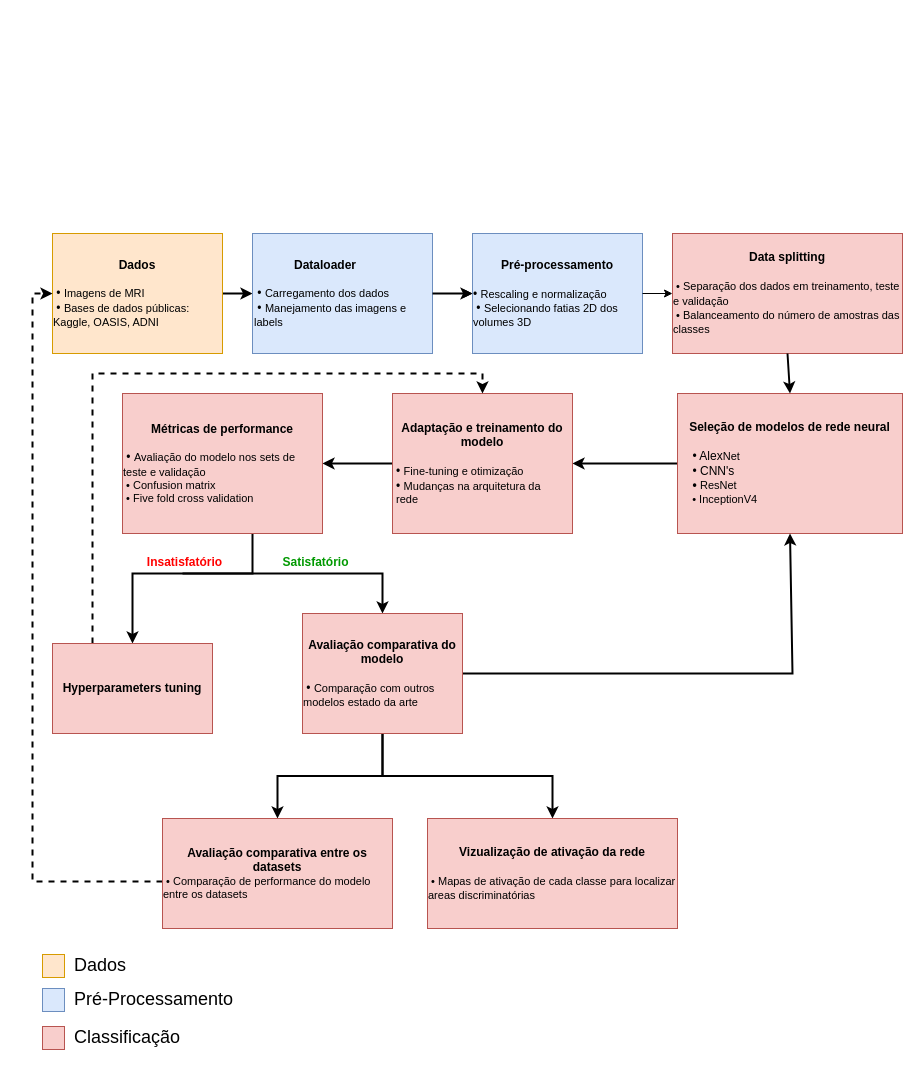
The draw.io diagram projetos/AlzClass/assets/workflow.drawio in Disciplinas-FEEC/IA901-2023S1, before the edit. Source tidied: cells renumbered, new cells numbered last; positions are measured from the earlier drawing's top-left corner, leaving out a move shared by most shapes. Both pictures are drawn from the tidied source at 100%, with x=0, y=0 at pixel (32, 233).
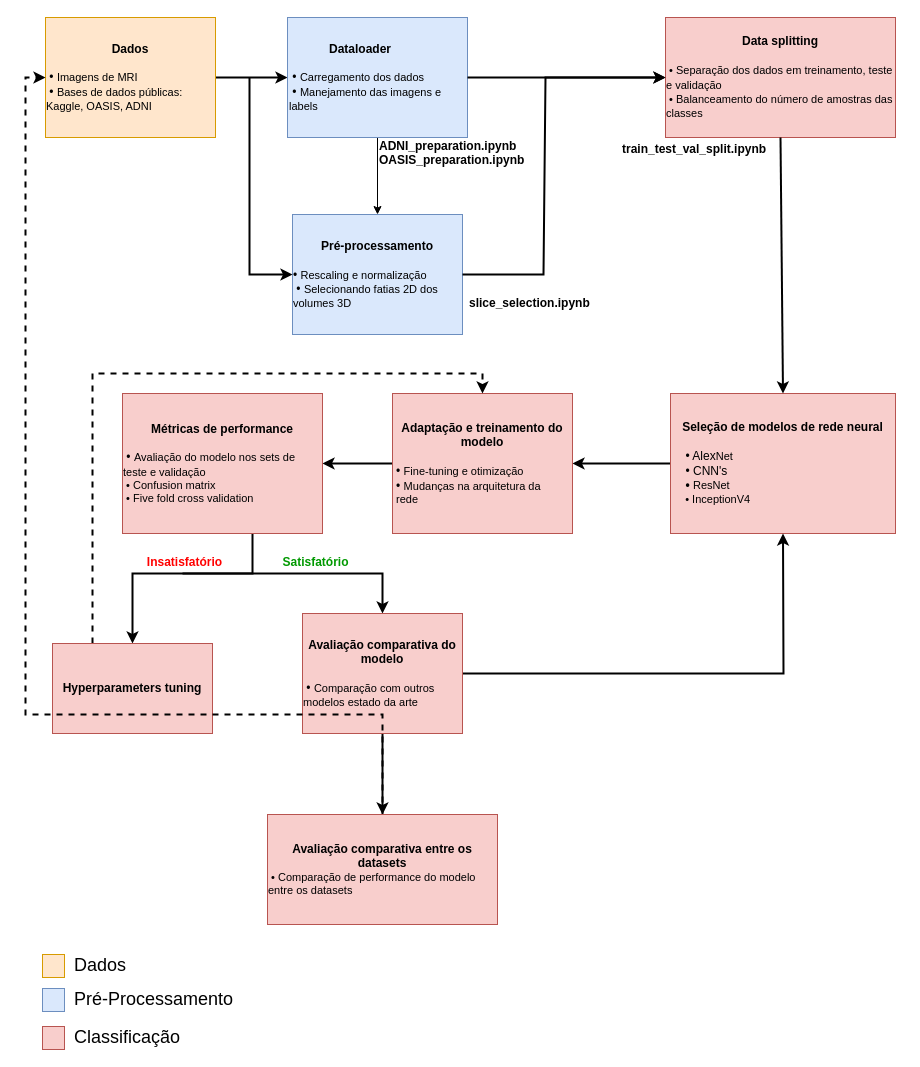
The same page after the edit.

Commit message:
Atualização do workflow

The change refers to these unchanged cells:
```xml
<mxCell id="22" value="&lt;b&gt;Avaliação comparativa do modelo&lt;br&gt;&amp;nbsp;&lt;/b&gt;&lt;br&gt;&lt;div style=&quot;text-align: left;&quot;&gt;&lt;span style=&quot;background-color: initial;&quot;&gt;&amp;nbsp;•&amp;nbsp;&lt;/span&gt;&lt;span style=&quot;background-color: initial; font-size: 11px; text-align: left;&quot;&gt;Comparação com outros modelos estado da arte&lt;/span&gt;&lt;/div&gt;" style="rounded=0;whiteSpace=wrap;html=1;fontFamily=Helvetica;fillColor=#f8cecc;strokeColor=#b85450;" parent="1" vertex="1">
  <mxGeometry x="270" y="380" width="160" height="120" as="geometry" />
</mxCell>
```

What changed in the source:
```diff
@@
     <mxCell id="3" value="&lt;b&gt;Dados&lt;br&gt;&lt;/b&gt;&lt;br&gt;&lt;div style=&quot;text-align: left;&quot;&gt;&lt;span style=&quot;background-color: initial;&quot;&gt;&amp;nbsp;•&amp;nbsp;&lt;/span&gt;&lt;span style=&quot;background-color: initial; font-size: 11px;&quot;&gt;Imagens de MRI&amp;nbsp;&lt;/span&gt;&lt;/div&gt;&lt;div style=&quot;text-align: left;&quot;&gt;&lt;span style=&quot;background-color: initial;&quot;&gt;&amp;nbsp;•&amp;nbsp;&lt;/span&gt;&lt;span style=&quot;background-color: initial; font-size: 11px;&quot;&gt;Bases de dados públicas: Kaggle, OASIS, ADNI&lt;/span&gt;&lt;/div&gt;" style="rounded=0;whiteSpace=wrap;html=1;fontFamily=Helvetica;fillColor=#ffe6cc;strokeColor=#d79b00;" parent="1" vertex="1">
-      <mxGeometry x="20" width="170" height="120" as="geometry" />
+      <mxGeometry x="13" y="-216" width="170" height="120" as="geometry" />
     </mxCell>
@@
     <mxCell id="5" value="&lt;blockquote style=&quot;margin: 0 0 0 40px; border: none; padding: 0px;&quot;&gt;&lt;b style=&quot;&quot;&gt;&lt;font style=&quot;font-size: 12px;&quot;&gt;Dataloader&lt;/font&gt;&lt;/b&gt;&lt;/blockquote&gt;&lt;blockquote style=&quot;margin: 0 0 0 40px; border: none; padding: 0px;&quot;&gt;&lt;b style=&quot;&quot;&gt;&lt;font style=&quot;font-size: 12px;&quot;&gt;&lt;br&gt;&lt;/font&gt;&lt;/b&gt;&lt;/blockquote&gt;&lt;span style=&quot;text-align: center;&quot;&gt;&amp;nbsp;•&lt;b&gt;&amp;nbsp;&lt;/b&gt;&lt;/span&gt;&lt;span style=&quot;background-color: initial; font-size: 11px;&quot;&gt;Carregamento dos dados&lt;/span&gt;&lt;span style=&quot;text-align: center;&quot;&gt;&lt;br&gt;&lt;/span&gt;&amp;nbsp;•&amp;nbsp;&lt;span style=&quot;background-color: initial; font-size: 11px;&quot;&gt;Manejamento das imagens e&amp;nbsp; labels&lt;/span&gt;" style="rounded=0;whiteSpace=wrap;html=1;align=left;fontFamily=Helvetica;fillColor=#dae8fc;strokeColor=#6c8ebf;" parent="1" vertex="1">
-      <mxGeometry x="220" width="180" height="120" as="geometry" />
+      <mxGeometry x="255" y="-216" width="180" height="120" as="geometry" />
     </mxCell>
     <mxCell id="6" value="&lt;b&gt;Data splitting&lt;br&gt;&lt;/b&gt;&lt;br&gt;&lt;div style=&quot;text-align: left;&quot;&gt;&lt;span style=&quot;font-size: 11px; background-color: initial;&quot;&gt;&amp;nbsp;•&amp;nbsp;Separação dos dados em treinamento, teste e validação&lt;/span&gt;&lt;/div&gt;&lt;div style=&quot;text-align: left;&quot;&gt;&lt;span style=&quot;background-color: initial; font-size: 11px;&quot;&gt;&amp;nbsp;• &lt;/span&gt;&lt;span style=&quot;background-color: initial;&quot;&gt;&lt;font style=&quot;font-size: 11px;&quot;&gt;Balanceamento do número de amostras das classes&lt;/font&gt;&lt;/span&gt;&lt;/div&gt;" style="rounded=0;whiteSpace=wrap;html=1;fontFamily=Helvetica;fillColor=#f8cecc;strokeColor=#b85450;" parent="1" vertex="1">
-      <mxGeometry x="640" width="230" height="120" as="geometry" />
+      <mxGeometry x="633" y="-216" width="230" height="120" as="geometry" />
     </mxCell>
     <mxCell id="7" value="&lt;div style=&quot;&quot;&gt;&lt;span style=&quot;background-color: initial;&quot;&gt;&lt;b&gt;Pré-processamento&lt;/b&gt;&lt;/span&gt;&lt;/div&gt;&lt;div style=&quot;&quot;&gt;&lt;span style=&quot;background-color: initial;&quot;&gt;&lt;b&gt;&lt;br&gt;&lt;/b&gt;&lt;/span&gt;&lt;/div&gt;&lt;div style=&quot;text-align: left;&quot;&gt;&lt;span style=&quot;background-color: initial;&quot;&gt;•&amp;nbsp;&lt;/span&gt;&lt;span style=&quot;background-color: initial; font-size: 11px;&quot;&gt;Rescaling e&amp;nbsp;normalização&lt;/span&gt;&lt;/div&gt;&lt;span style=&quot;font-size: 11px; background-color: initial;&quot;&gt;&lt;div style=&quot;text-align: left;&quot;&gt;&lt;span style=&quot;background-color: initial; font-size: 12px;&quot;&gt;&amp;nbsp;•&amp;nbsp;&lt;/span&gt;&lt;span style=&quot;background-color: initial;&quot;&gt;Selecionando fatias 2D dos volumes 3D&lt;/span&gt;&lt;/div&gt;&lt;/span&gt;" style="rounded=0;whiteSpace=wrap;html=1;fontFamily=Helvetica;fillColor=#dae8fc;strokeColor=#6c8ebf;" parent="1" vertex="1">
-      <mxGeometry x="440" width="170" height="120" as="geometry" />
+      <mxGeometry x="260" y="-19" width="170" height="120" as="geometry" />
     </mxCell>
@@
     <mxCell id="9" value="&lt;font style=&quot;font-size: 11px;&quot;&gt;&lt;span style=&quot;font-size: 12px;&quot;&gt;&lt;b&gt;Seleção de modelos de rede neural&lt;/b&gt;&lt;br&gt;&lt;br&gt;&lt;div style=&quot;font-weight: bold; text-align: left;&quot;&gt;&amp;nbsp;&lt;span style=&quot;font-weight: 400; text-align: center;&quot;&gt;• Alex&lt;/span&gt;&lt;span style=&quot;font-size: 11px; background-color: initial; font-weight: normal;&quot;&gt;Net&lt;/span&gt;&lt;/div&gt;&lt;div style=&quot;text-align: left;&quot;&gt;&lt;b&gt;&amp;nbsp;&lt;/b&gt;• CNN's&lt;span style=&quot;font-weight: normal; font-size: 11px; background-color: initial;&quot;&gt;&lt;br&gt;&lt;/span&gt;&lt;/div&gt;&lt;div style=&quot;font-weight: bold; text-align: left;&quot;&gt;&amp;nbsp;•&amp;nbsp;&lt;span style=&quot;background-color: initial; font-size: 11px; font-weight: normal;&quot;&gt;ResNet&lt;/span&gt;&lt;span style=&quot;font-size: 11px; background-color: initial; font-weight: normal;&quot;&gt;&lt;br&gt;&lt;/span&gt;&lt;/div&gt;&lt;div style=&quot;font-weight: bold; text-align: left;&quot;&gt;&lt;font style=&quot;font-size: 11px; background-color: initial; font-weight: normal;&quot;&gt;&amp;nbsp;&lt;/font&gt;&lt;font style=&quot;font-size: 11px; background-color: initial; font-weight: normal;&quot;&gt;•&amp;nbsp;InceptionV4&lt;/font&gt;&lt;/div&gt;&lt;/span&gt;&lt;/font&gt;" style="rounded=0;whiteSpace=wrap;html=1;fontFamily=Helvetica;fillColor=#f8cecc;strokeColor=#b85450;" parent="1" vertex="1">
-      <mxGeometry x="645" y="160" width="225" height="140" as="geometry" />
+      <mxGeometry x="638" y="160" width="225" height="140" as="geometry" />
     </mxCell>
-    <mxCell id="10" style="endArrow=classic;html=1;rounded=0;exitX=1;exitY=0.5;exitDx=0;exitDy=0;fontFamily=Helvetica;" parent="1" edge="1" source="7" target="6">
-      <mxGeometry relative="1" as="geometry" />
-    </mxCell>
-    <mxCell id="11" style="endArrow=classic;html=1;rounded=0;exitX=1;exitY=0.5;exitDx=0;exitDy=0;fontFamily=Helvetica;entryX=0;entryY=0.5;entryDx=0;entryDy=0;strokeWidth=2;" parent="1" edge="1" source="5" target="7">
-      <mxGeometry relative="1" as="geometry" />
+    <mxCell id="11" style="endArrow=classic;html=1;rounded=0;fontFamily=Helvetica;entryX=0;entryY=0.5;entryDx=0;entryDy=0;strokeWidth=2;" parent="1" edge="1" target="7">
+      <mxGeometry relative="1" as="geometry">
+        <mxPoint x="217" y="-156" as="sourcePoint" />
+        <Array as="points">
+          <mxPoint x="217" y="-7" />
+          <mxPoint x="217" y="41" />
+        </Array>
+      </mxGeometry>
     </mxCell>
@@
     <mxCell id="19" style="endArrow=classic;html=1;rounded=0;exitX=1;exitY=0.5;exitDx=0;exitDy=0;entryX=0.5;entryY=1;entryDx=0;entryDy=0;fontFamily=Helvetica;strokeWidth=2;" parent="1" edge="1" source="22" target="9">
       <mxGeometry relative="1" as="geometry">
         <Array as="points">
-          <mxPoint x="760" y="440" />
+          <mxPoint x="751" y="440" />
         </Array>
       </mxGeometry>
     </mxCell>
@@
-    <mxCell id="21" style="edgeStyle=orthogonalEdgeStyle;rounded=0;jettySize=auto;html=1;exitX=0.5;exitY=1;exitDx=0;exitDy=0;entryX=0.5;entryY=0;entryDx=0;entryDy=0;strokeWidth=2;" parent="1" edge="1" source="22" target="27">
-      <mxGeometry relative="1" as="geometry" />
-    </mxCell>
@@
     <mxCell id="25" style="edgeStyle=orthogonalEdgeStyle;rounded=0;jettySize=auto;html=1;entryX=0;entryY=0.5;entryDx=0;entryDy=0;strokeWidth=2;dashed=1;" parent="1" edge="1" source="26" target="3">
       <mxGeometry relative="1" as="geometry">
         <Array as="points">
-          <mxPoint y="648" />
-          <mxPoint y="60" />
+          <mxPoint x="350" y="481" />
+          <mxPoint x="-7" y="481" />
+          <mxPoint x="-7" y="-156" />
         </Array>
       </mxGeometry>
     </mxCell>
     <mxCell id="26" value="&lt;font style=&quot;&quot;&gt;&lt;b style=&quot;&quot;&gt;&lt;font style=&quot;font-size: 12px;&quot;&gt;Avaliação comparativa entre os datasets&lt;/font&gt;&lt;/b&gt;&lt;br&gt;&lt;/font&gt;&lt;div style=&quot;text-align: left; font-size: 11px;&quot;&gt;&lt;font style=&quot;font-size: 11px;&quot;&gt;&amp;nbsp;• Comparação de performance do modelo entre os datasets&lt;/font&gt;&lt;br&gt;&lt;/div&gt;" style="rounded=0;whiteSpace=wrap;html=1;fontFamily=Helvetica;fillColor=#f8cecc;strokeColor=#b85450;" parent="1" vertex="1">
-      <mxGeometry x="130" y="585" width="230" height="110" as="geometry" />
+      <mxGeometry x="235" y="581" width="230" height="110" as="geometry" />
     </mxCell>
-    <mxCell id="27" value="&lt;span style=&quot;text-align: left; background-color: initial;&quot;&gt;&lt;b&gt;Vizualização de ativação da rede&lt;br&gt;&lt;br&gt;&lt;div style=&quot;text-align: left;&quot;&gt;&lt;span style=&quot;background-color: initial; font-size: 11px; font-weight: normal; text-align: center;&quot;&gt;&amp;nbsp;• Mapas de ativação de cada classe para localizar areas discriminatórias&lt;/span&gt;&lt;/div&gt;&lt;/b&gt;&lt;/span&gt;" style="rounded=0;whiteSpace=wrap;html=1;fontFamily=Helvetica;fillColor=#f8cecc;strokeColor=#b85450;" parent="1" vertex="1">
-      <mxGeometry x="395" y="585" width="250" height="110" as="geometry" />
-    </mxCell>
@@
+    <mxCell id="35" style="edgeStyle=orthogonalEdgeStyle;rounded=0;jettySize=auto;html=1;strokeWidth=2;entryX=0;entryY=0.5;entryDx=0;entryDy=0;exitX=1;exitY=0.5;exitDx=0;exitDy=0;" parent="1" edge="1" source="5" target="6">
+      <mxGeometry relative="1" as="geometry" />
+    </mxCell>
+    <mxCell id="10" style="endArrow=classic;html=1;rounded=0;fontFamily=Helvetica;entryX=0;entryY=0.5;entryDx=0;entryDy=0;strokeWidth=2;exitX=1;exitY=0.5;exitDx=0;exitDy=0;" parent="1" edge="1" source="7" target="6">
+      <mxGeometry relative="1" as="geometry">
+        <Array as="points">
+          <mxPoint x="511" y="41" />
+          <mxPoint x="513" y="-156" />
+        </Array>
+      </mxGeometry>
+    </mxCell>
+    <mxCell id="36" value="train_test_val_split.ipynb" style="text;whiteSpace=wrap;fontStyle=1;" parent="1" vertex="1">
+      <mxGeometry x="588" y="-98" width="163" height="36" as="geometry" />
+    </mxCell>
+    <mxCell id="37" value="ADNI_preparation.ipynb&#10;OASIS_preparation.ipynb" style="text;whiteSpace=wrap;fontStyle=1;" parent="1" vertex="1">
+      <mxGeometry x="345" y="-101" width="164" height="51" as="geometry" />
+    </mxCell>
+    <mxCell id="38" value="slice_selection.ipynb" style="text;whiteSpace=wrap;fontStyle=1;" parent="1" vertex="1">
+      <mxGeometry x="435" y="56" width="138" height="36" as="geometry" />
+    </mxCell>
```
